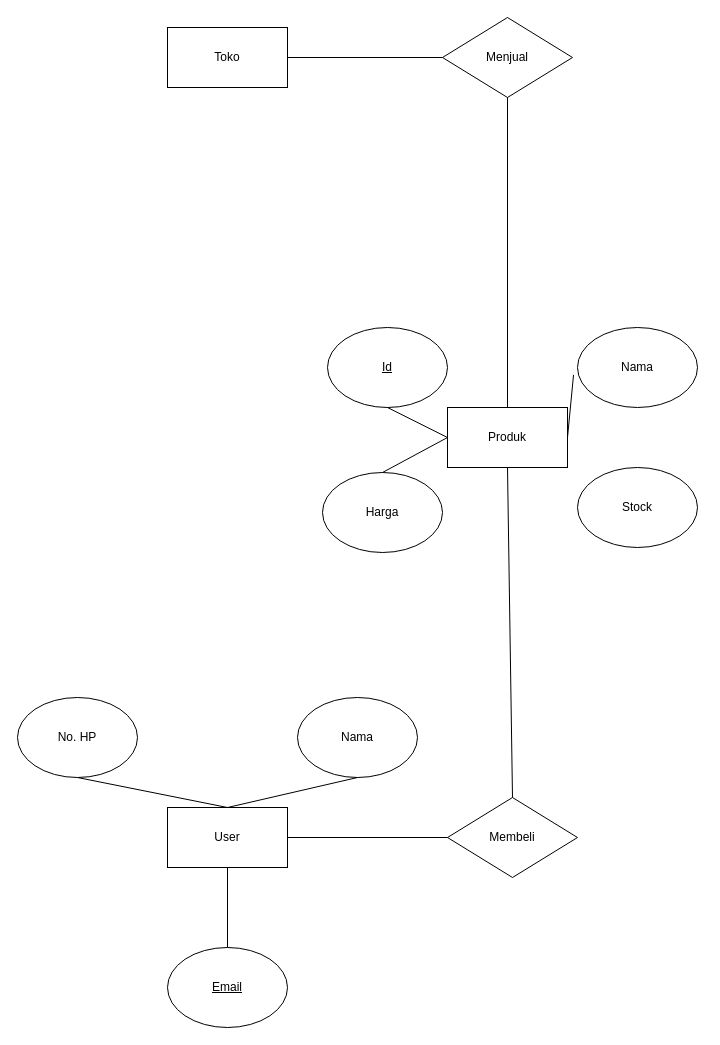
The draw.io diagram Diagram Tanpa Judul.drawio in AryAntara/source, before the edit. Source tidied: cells renumbered, new cells numbered last; positions are measured from the earlier drawing's top-left corner, leaving out a move shared by most shapes. Both pictures are drawn from the tidied source at 100%, with x=0, y=0 at pixel (17, 17).
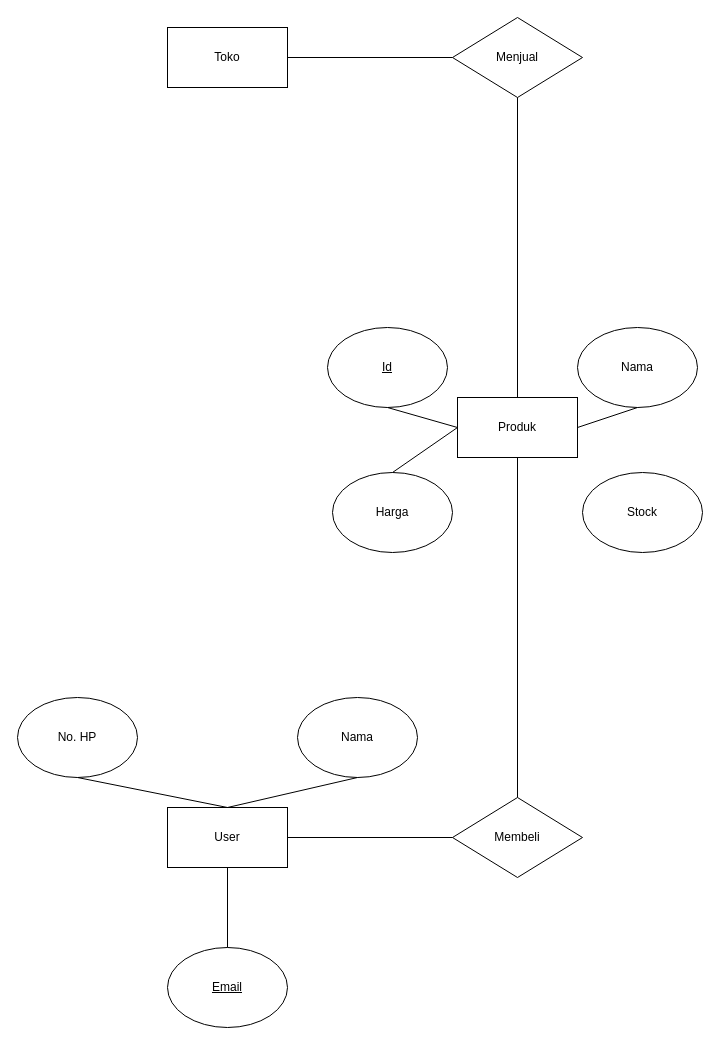
After the change.

The change refers to these unchanged cells:
```xml
<mxCell id="18" value="Nama" style="ellipse;whiteSpace=wrap;html=1;" parent="1" vertex="1">
  <mxGeometry x="560" y="310" width="120" height="80" as="geometry" />
</mxCell>
```

Change to the diagram source:
```diff
@@
     <mxCell id="4" value="Produk" style="rounded=0;whiteSpace=wrap;html=1;" parent="1" vertex="1">
-      <mxGeometry x="430" y="390" width="120" height="60" as="geometry" />
+      <mxGeometry x="440" y="380" width="120" height="60" as="geometry" />
     </mxCell>
@@
     <mxCell id="11" value="Membeli" style="rhombus;whiteSpace=wrap;html=1;" parent="1" vertex="1">
-      <mxGeometry x="430" y="780" width="130" height="80" as="geometry" />
+      <mxGeometry x="435" y="780" width="130" height="80" as="geometry" />
     </mxCell>
     <mxCell id="12" value="Menjual" style="rhombus;whiteSpace=wrap;html=1;" parent="1" vertex="1">
-      <mxGeometry x="425" width="130" height="80" as="geometry" />
+      <mxGeometry x="435" width="130" height="80" as="geometry" />
     </mxCell>
@@
     <mxCell id="19" value="Harga" style="ellipse;whiteSpace=wrap;html=1;" parent="1" vertex="1">
-      <mxGeometry x="305" y="455" width="120" height="80" as="geometry" />
+      <mxGeometry x="315" y="455" width="120" height="80" as="geometry" />
     </mxCell>
     <mxCell id="20" value="Stock" style="ellipse;whiteSpace=wrap;html=1;" parent="1" vertex="1">
-      <mxGeometry x="560" y="450" width="120" height="80" as="geometry" />
+      <mxGeometry x="565" y="455" width="120" height="80" as="geometry" />
     </mxCell>
@@
-    <mxCell id="23" style="endArrow=none;html=1;rounded=0;entryX=-0.033;entryY=0.592;entryDx=0;entryDy=0;entryPerimeter=0;exitX=1;exitY=0.5;exitDx=0;exitDy=0;" parent="1" edge="1" source="4" target="18">
+    <mxCell id="23" style="endArrow=none;html=1;rounded=0;entryX=0.5;entryY=1;entryDx=0;entryDy=0;exitX=1;exitY=0.5;exitDx=0;exitDy=0;" parent="1" edge="1" source="4" target="18">
       <mxGeometry relative="1" as="geometry" />
     </mxCell>
```
